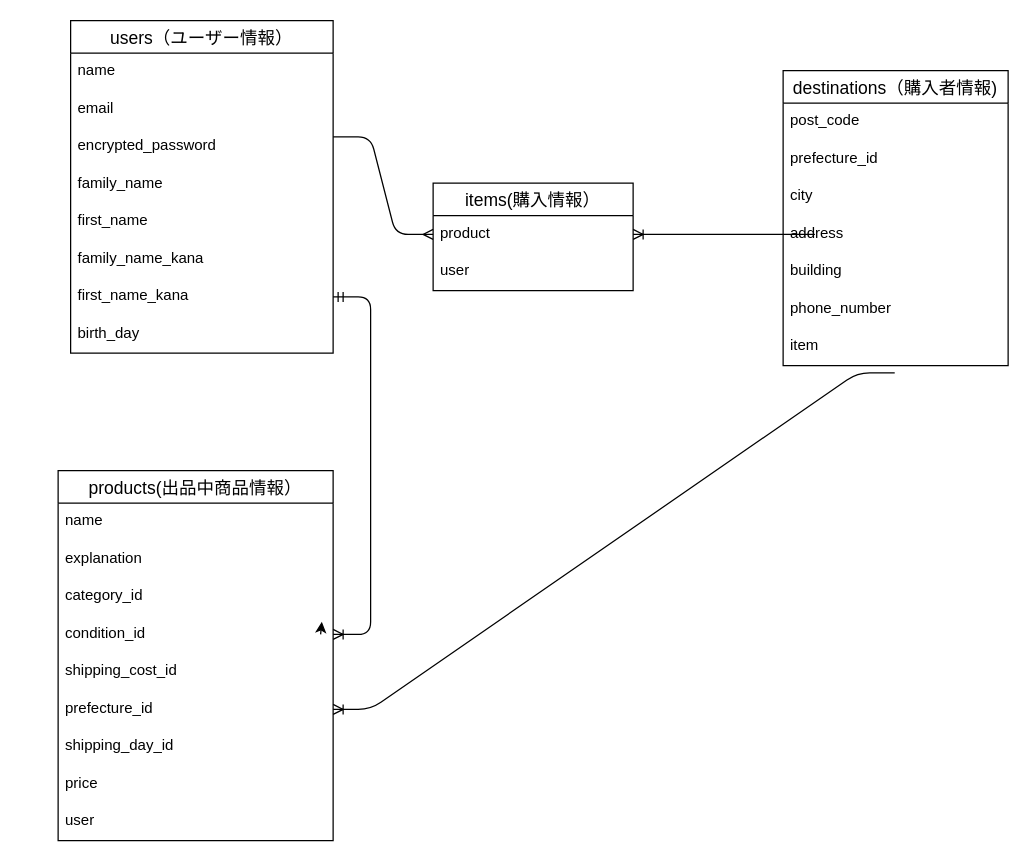
Before: furima.dio in pyonkichi0628/furima-38835, a draw.io diagram. Source tidied: cells renumbered, new cells numbered last; positions are measured from the earlier drawing's top-left corner, leaving out a move shared by most shapes. Both pictures are drawn from the tidied source at 125%, with x=0, y=0 at pixel (58, 20).
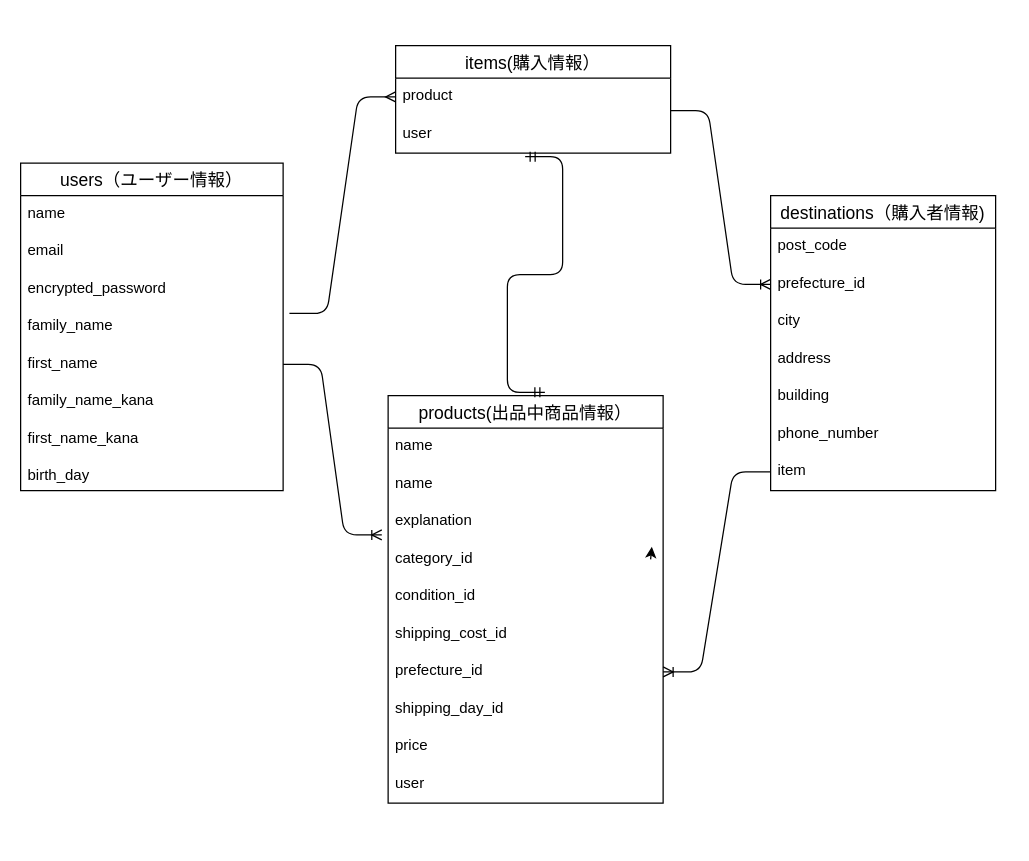
After the change.

Commit message (it also covers changes not shown here):
データベース設計_修正15

Unchanged cells that the change refers to:
```xml
<mxCell id="6" value="family_name" style="text;strokeColor=none;fillColor=none;spacingLeft=4;spacingRight=4;overflow=hidden;points=[[0,0.5],[1,0.5]];portConstraint=eastwest;fontSize=12;" parent="2" vertex="1">
  <mxGeometry y="116" width="210" height="30" as="geometry" />
</mxCell>
<mxCell id="7" value="first_name" style="text;strokeColor=none;fillColor=none;spacingLeft=4;spacingRight=4;overflow=hidden;points=[[0,0.5],[1,0.5]];portConstraint=eastwest;fontSize=12;" parent="2" vertex="1">
  <mxGeometry y="146" width="210" height="30" as="geometry" />
</mxCell>
<mxCell id="9" value="first_name_kana" style="text;strokeColor=none;fillColor=none;spacingLeft=4;spacingRight=4;overflow=hidden;points=[[0,0.5],[1,0.5]];portConstraint=eastwest;fontSize=12;" parent="2" vertex="1">
  <mxGeometry y="206" width="210" height="30" as="geometry" />
</mxCell>
<mxCell id="13" value="prefecture_id" style="text;strokeColor=none;fillColor=none;spacingLeft=4;spacingRight=4;overflow=hidden;points=[[0,0.5],[1,0.5]];portConstraint=eastwest;fontSize=12;" parent="11" vertex="1">
  <mxGeometry y="56" width="180" height="30" as="geometry" />
</mxCell>
<mxCell id="18" value="item" style="text;strokeColor=none;fillColor=none;spacingLeft=4;spacingRight=4;overflow=hidden;points=[[0,0.5],[1,0.5]];portConstraint=eastwest;fontSize=12;" parent="11" vertex="1">
  <mxGeometry y="206" width="180" height="30" as="geometry" />
</mxCell>
```

Diff of the diagram source:
```diff
@@
     <mxCell id="2" value="users（ユーザー情報）" style="swimlane;fontStyle=0;horizontal=1;startSize=26;align=center;fontSize=14;" parent="1" vertex="1">
-      <mxGeometry x="10" width="210" height="266" as="geometry" />
+      <mxGeometry x="-30" y="114" width="210" height="262" as="geometry" />
     </mxCell>
@@
     <mxCell id="10" value="birth_day" style="text;strokeColor=none;fillColor=none;spacingLeft=4;spacingRight=4;overflow=hidden;fontSize=12;" parent="2" vertex="1">
-      <mxGeometry y="236" width="210" height="30" as="geometry" />
+      <mxGeometry y="236" width="210" height="26" as="geometry" />
     </mxCell>
     <mxCell id="11" value="destinations（購入者情報)" style="swimlane;fontStyle=0;horizontal=1;startSize=26;align=center;fontSize=14;" parent="1" vertex="1">
-      <mxGeometry x="580" y="40" width="180" height="236" as="geometry" />
+      <mxGeometry x="570" y="140" width="180" height="236" as="geometry" />
     </mxCell>
@@
     <mxCell id="19" value="products(出品中商品情報）" style="swimlane;fontStyle=0;horizontal=1;startSize=26;align=center;fontSize=14;" parent="1" vertex="1">
-      <mxGeometry y="360" width="220" height="296" as="geometry" />
+      <mxGeometry x="264" y="300" width="220" height="326" as="geometry" />
     </mxCell>
@@
+    <mxCell id="37" value="name" style="text;strokeColor=none;fillColor=none;spacingLeft=4;spacingRight=4;overflow=hidden;fontSize=12;" parent="19" vertex="1">
+      <mxGeometry y="56" width="220" height="30" as="geometry" />
+    </mxCell>
     <mxCell id="21" value="explanation" style="text;strokeColor=none;fillColor=none;spacingLeft=4;spacingRight=4;overflow=hidden;points=[[0,0.5],[1,0.5]];portConstraint=eastwest;fontSize=12;" parent="19" vertex="1">
-      <mxGeometry y="56" width="220" height="30" as="geometry" />
+      <mxGeometry y="86" width="220" height="30" as="geometry" />
     </mxCell>
     <mxCell id="22" value="category_id" style="text;strokeColor=none;fillColor=none;spacingLeft=4;spacingRight=4;overflow=hidden;fontSize=12;" parent="19" vertex="1">
-      <mxGeometry y="86" width="220" height="30" as="geometry" />
+      <mxGeometry y="116" width="220" height="30" as="geometry" />
     </mxCell>
     <mxCell id="23" value="condition_id" style="text;strokeColor=none;fillColor=none;spacingLeft=4;spacingRight=4;overflow=hidden;points=[[0,0.5],[1,0.5]];portConstraint=eastwest;fontSize=12;" parent="19" vertex="1">
-      <mxGeometry y="116" width="220" height="30" as="geometry" />
+      <mxGeometry y="146" width="220" height="30" as="geometry" />
     </mxCell>
     <mxCell id="24" value="shipping_cost_id" style="text;strokeColor=none;fillColor=none;spacingLeft=4;spacingRight=4;overflow=hidden;fontSize=12;" parent="19" vertex="1">
-      <mxGeometry y="146" width="220" height="30" as="geometry" />
+      <mxGeometry y="176" width="220" height="30" as="geometry" />
     </mxCell>
     <mxCell id="25" value="prefecture_id" style="text;strokeColor=none;fillColor=none;spacingLeft=4;spacingRight=4;overflow=hidden;points=[[0,0.5],[1,0.5]];portConstraint=eastwest;fontSize=12;" parent="19" vertex="1">
-      <mxGeometry y="176" width="220" height="30" as="geometry" />
+      <mxGeometry y="206" width="220" height="30" as="geometry" />
     </mxCell>
     <mxCell id="26" value="shipping_day_id" style="text;strokeColor=none;fillColor=none;spacingLeft=4;spacingRight=4;overflow=hidden;fontSize=12;" parent="19" vertex="1">
-      <mxGeometry y="206" width="220" height="30" as="geometry" />
+      <mxGeometry y="236" width="220" height="30" as="geometry" />
     </mxCell>
     <mxCell id="27" value="price" style="text;strokeColor=none;fillColor=none;spacingLeft=4;spacingRight=4;overflow=hidden;fontSize=12;" parent="19" vertex="1">
-      <mxGeometry y="236" width="220" height="30" as="geometry" />
+      <mxGeometry y="266" width="220" height="30" as="geometry" />
     </mxCell>
     <mxCell id="28" value="user" style="text;strokeColor=none;fillColor=none;spacingLeft=4;spacingRight=4;overflow=hidden;fontSize=12;" parent="19" vertex="1">
-      <mxGeometry y="266" width="220" height="30" as="geometry" />
+      <mxGeometry y="296" width="220" height="30" as="geometry" />
     </mxCell>
@@
-    <mxCell id="30" style="edgeStyle=entityRelationEdgeStyle;fontSize=12;html=1;endArrow=ERoneToMany;startArrow=ERmandOne;exitX=1;exitY=0.5;exitDx=0;exitDy=0;entryX=1;entryY=0.5;entryDx=0;entryDy=0;" parent="1" edge="1" source="9" target="23">
-      <mxGeometry relative="1" as="geometry" />
-    </mxCell>
-    <mxCell id="31" style="edgeStyle=entityRelationEdgeStyle;fontSize=12;html=1;endArrow=ERmany;" parent="1" edge="1" target="33">
-      <mxGeometry relative="1" as="geometry">
-        <mxPoint x="220" y="93" as="sourcePoint" />
-      </mxGeometry>
+    <mxCell id="31" style="edgeStyle=entityRelationEdgeStyle;fontSize=12;html=1;endArrow=ERmany;exitX=1.024;exitY=0.143;exitDx=0;exitDy=0;exitPerimeter=0;" parent="1" edge="1" source="6" target="33">
+      <mxGeometry relative="1" as="geometry" />
     </mxCell>
     <mxCell id="32" value="items(購入情報）" style="swimlane;fontStyle=0;horizontal=1;startSize=26;align=center;fontSize=14;" parent="1" vertex="1">
-      <mxGeometry x="300" y="130" width="160" height="86" as="geometry" />
+      <mxGeometry x="270" y="20" width="220" height="86" as="geometry" />
     </mxCell>
     <mxCell id="33" value="product" style="text;strokeColor=none;fillColor=none;spacingLeft=4;spacingRight=4;overflow=hidden;points=[[0,0.5],[1,0.5]];portConstraint=eastwest;fontSize=12;" parent="32" vertex="1">
-      <mxGeometry y="26" width="160" height="30" as="geometry" />
+      <mxGeometry y="26" width="220" height="30" as="geometry" />
     </mxCell>
     <mxCell id="34" value="user" style="text;strokeColor=none;fillColor=none;spacingLeft=4;spacingRight=4;overflow=hidden;points=[[0,0.5],[1,0.5]];portConstraint=eastwest;fontSize=12;" parent="32" vertex="1">
-      <mxGeometry y="56" width="160" height="30" as="geometry" />
+      <mxGeometry y="56" width="220" height="30" as="geometry" />
     </mxCell>
-    <mxCell id="35" style="edgeStyle=entityRelationEdgeStyle;fontSize=12;html=1;endArrow=ERoneToMany;exitX=0;exitY=0.5;exitDx=0;exitDy=0;entryX=1;entryY=0.5;entryDx=0;entryDy=0;" parent="1" edge="1" target="33">
-      <mxGeometry relative="1" as="geometry">
-        <mxPoint x="580" y="171" as="sourcePoint" />
-      </mxGeometry>
-    </mxCell>
-    <mxCell id="36" style="edgeStyle=entityRelationEdgeStyle;fontSize=12;html=1;endArrow=ERoneToMany;entryX=1;entryY=0.5;entryDx=0;entryDy=0;exitX=0.496;exitY=1.192;exitDx=0;exitDy=0;exitPerimeter=0;" parent="1" edge="1" source="18" target="25">
+    <mxCell id="36" style="edgeStyle=entityRelationEdgeStyle;fontSize=12;html=1;endArrow=ERoneToMany;entryX=1;entryY=0.5;entryDx=0;entryDy=0;exitX=0;exitY=0.5;exitDx=0;exitDy=0;" parent="1" edge="1" source="18" target="25">
       <mxGeometry relative="1" as="geometry" />
     </mxCell>
+    <mxCell id="38" style="edgeStyle=entityRelationEdgeStyle;fontSize=12;html=1;endArrow=ERoneToMany;exitX=1;exitY=0.5;exitDx=0;exitDy=0;entryX=-0.023;entryY=0.848;entryDx=0;entryDy=0;entryPerimeter=0;" parent="1" edge="1" source="7" target="21">
+      <mxGeometry relative="1" as="geometry" />
+    </mxCell>
+    <mxCell id="39" style="edgeStyle=entityRelationEdgeStyle;fontSize=12;html=1;endArrow=ERoneToMany;entryX=0;entryY=0.5;entryDx=0;entryDy=0;" parent="1" edge="1" target="13">
+      <mxGeometry relative="1" as="geometry">
+        <mxPoint x="490" y="72" as="sourcePoint" />
+      </mxGeometry>
+    </mxCell>
+    <mxCell id="40" style="edgeStyle=entityRelationEdgeStyle;fontSize=12;html=1;endArrow=ERmandOne;startArrow=ERmandOne;entryX=0.471;entryY=1.095;entryDx=0;entryDy=0;exitX=0.57;exitY=-0.008;exitDx=0;exitDy=0;entryPerimeter=0;exitPerimeter=0;" parent="1" edge="1" source="19" target="34">
+      <mxGeometry relative="1" as="geometry" />
+    </mxCell>
```
